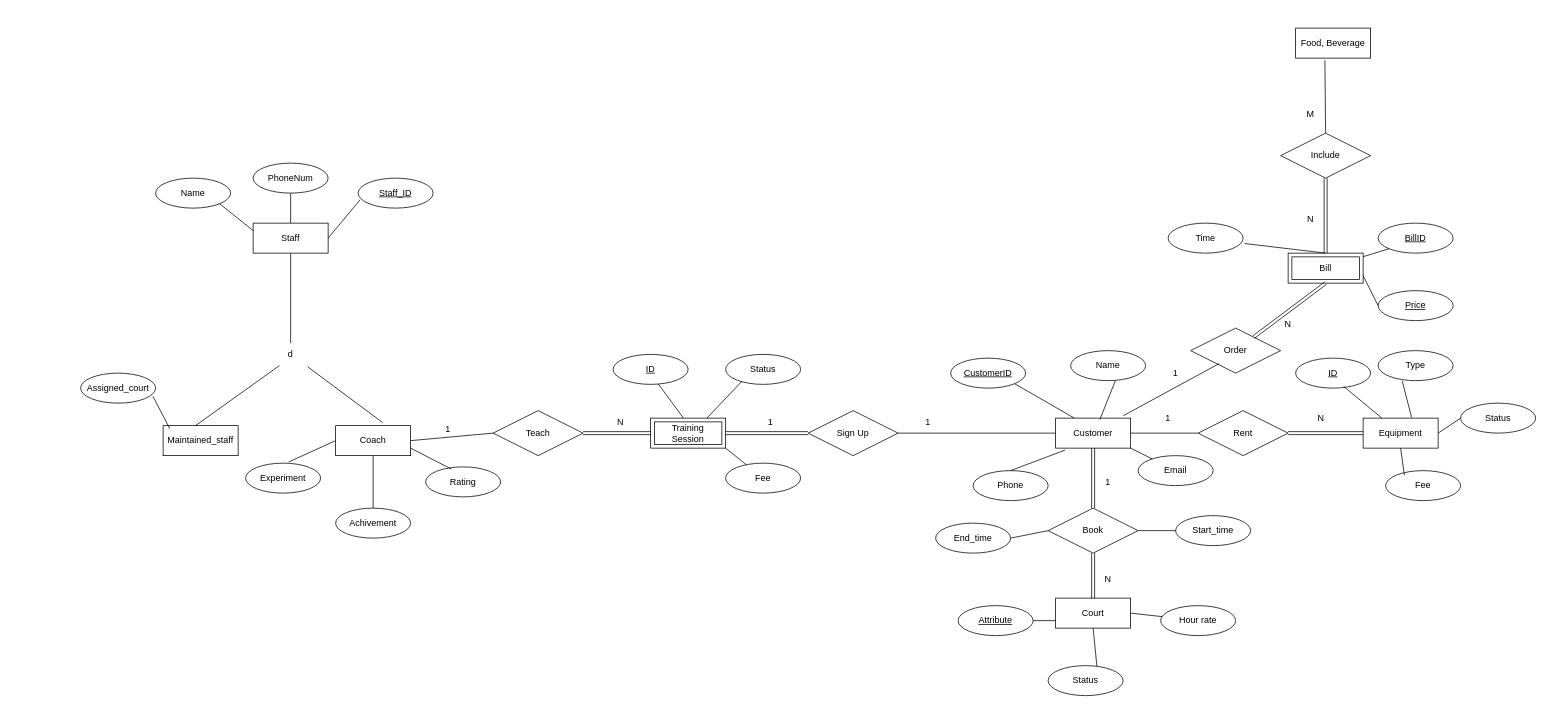
Earlier version of the draw.io diagram assignment.drawio (Sonhoangvo/csdl). Source tidied: cells renumbered, new cells numbered last; positions are measured from the earlier drawing's top-left corner, leaving out a move shared by most shapes. Both pictures are drawn from the tidied source at 75%, with x=0, y=0 at pixel (80, 28).
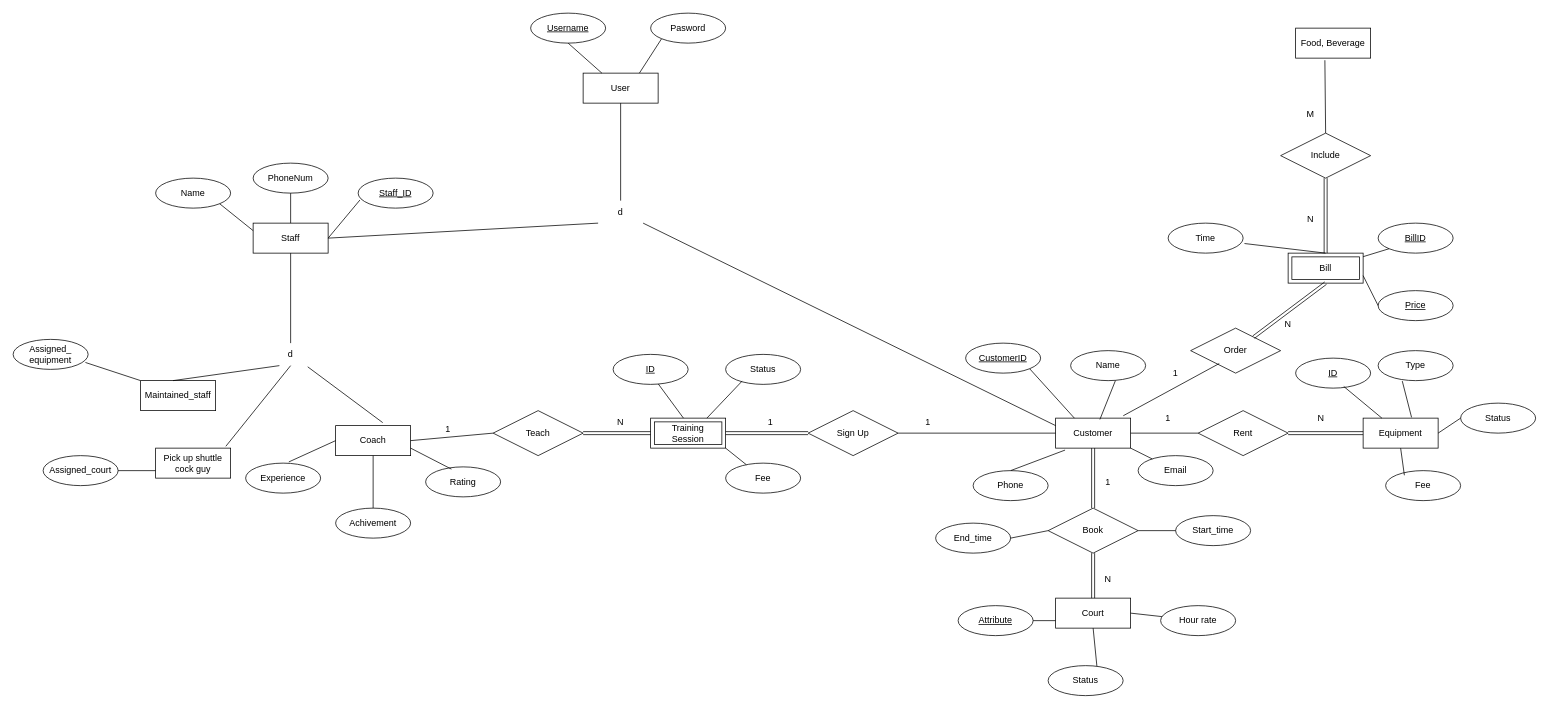
Above is the later version.

Unchanged cells that the change refers to:
```xml
<mxCell id="2" value="Customer" style="whiteSpace=wrap;html=1;align=center;" parent="1" vertex="1">
  <mxGeometry x="1300" y="520" width="100" height="40" as="geometry" />
</mxCell>
<mxCell id="71" value="Staff" style="whiteSpace=wrap;html=1;align=center;" parent="1" vertex="1">
  <mxGeometry x="230" y="260" width="100" height="40" as="geometry" />
</mxCell>
<mxCell id="72" value="d" style="text;html=1;align=center;verticalAlign=middle;whiteSpace=wrap;rounded=0;" parent="1" vertex="1">
  <mxGeometry x="250" y="420" width="60" height="30" as="geometry" />
</mxCell>
```

What changed in the source:
```diff
@@
     <mxCell id="3" value="CustomerID" style="ellipse;whiteSpace=wrap;html=1;align=center;fontStyle=4;" parent="1" vertex="1">
-      <mxGeometry x="1160" y="440" width="100" height="40" as="geometry" />
+      <mxGeometry x="1180" y="420" width="100" height="40" as="geometry" />
     </mxCell>
@@
     <mxCell id="74" value="Maintained_staff" style="whiteSpace=wrap;html=1;align=center;" parent="1" vertex="1">
-      <mxGeometry x="110" y="530" width="100" height="40" as="geometry" />
+      <mxGeometry x="80" y="470" width="100" height="40" as="geometry" />
     </mxCell>
@@
-    <mxCell id="84" value="Assigned_court" style="ellipse;whiteSpace=wrap;html=1;align=center;" parent="1" vertex="1">
-      <mxGeometry y="460" width="100" height="40" as="geometry" />
+    <mxCell id="84" value="Assigned_&lt;div&gt;equipment&lt;/div&gt;" style="ellipse;whiteSpace=wrap;html=1;align=center;" parent="1" vertex="1">
+      <mxGeometry x="-90" y="415" width="100" height="40" as="geometry" />
     </mxCell>
-    <mxCell id="85" style="endArrow=none;html=1;rounded=0;exitX=0.964;exitY=0.77;exitDx=0;exitDy=0;exitPerimeter=0;entryX=0.088;entryY=0.1;entryDx=0;entryDy=0;entryPerimeter=0;" parent="1" edge="1" source="84" target="74">
+    <mxCell id="85" style="endArrow=none;html=1;rounded=0;exitX=0.964;exitY=0.77;exitDx=0;exitDy=0;exitPerimeter=0;entryX=0;entryY=0;entryDx=0;entryDy=0;" parent="1" edge="1" source="84" target="74">
       <mxGeometry relative="1" as="geometry" />
     </mxCell>
-    <mxCell id="86" value="Experiment" style="ellipse;whiteSpace=wrap;html=1;align=center;" parent="1" vertex="1">
+    <mxCell id="86" value="Experience" style="ellipse;whiteSpace=wrap;html=1;align=center;" parent="1" vertex="1">
       <mxGeometry x="220" y="580" width="100" height="40" as="geometry" />
     </mxCell>
@@
+    <mxCell id="97" value="Pick up shuttle cock guy" style="whiteSpace=wrap;html=1;align=center;" parent="1" vertex="1">
+      <mxGeometry x="100" y="560" width="100" height="40" as="geometry" />
+    </mxCell>
+    <mxCell id="98" value="Assigned_court" style="ellipse;whiteSpace=wrap;html=1;align=center;" parent="1" vertex="1">
+      <mxGeometry x="-50" y="570" width="100" height="40" as="geometry" />
+    </mxCell>
+    <mxCell id="99" style="endArrow=none;html=1;rounded=0;exitX=1;exitY=0.5;exitDx=0;exitDy=0;entryX=0;entryY=0.75;entryDx=0;entryDy=0;" parent="1" edge="1" source="98" target="97">
+      <mxGeometry relative="1" as="geometry" />
+    </mxCell>
+    <mxCell id="100" style="endArrow=none;html=1;rounded=0;entryX=0.5;entryY=1;entryDx=0;entryDy=0;exitX=0.936;exitY=-0.06;exitDx=0;exitDy=0;exitPerimeter=0;" parent="1" edge="1" source="97" target="72">
+      <mxGeometry relative="1" as="geometry" />
+    </mxCell>
+    <mxCell id="101" value="User" style="whiteSpace=wrap;html=1;align=center;" parent="1" vertex="1">
+      <mxGeometry x="670" y="60" width="100" height="40" as="geometry" />
+    </mxCell>
+    <mxCell id="102" value="Username" style="ellipse;whiteSpace=wrap;html=1;align=center;fontStyle=4;" parent="1" vertex="1">
+      <mxGeometry x="600" y="-20" width="100" height="40" as="geometry" />
+    </mxCell>
+    <mxCell id="103" value="Pasword" style="ellipse;whiteSpace=wrap;html=1;align=center;" parent="1" vertex="1">
+      <mxGeometry x="760" y="-20" width="100" height="40" as="geometry" />
+    </mxCell>
+    <mxCell id="104" style="endArrow=none;html=1;rounded=0;exitX=0.5;exitY=1;exitDx=0;exitDy=0;entryX=0.25;entryY=0;entryDx=0;entryDy=0;" parent="1" edge="1" source="102" target="101">
+      <mxGeometry relative="1" as="geometry" />
+    </mxCell>
+    <mxCell id="105" style="endArrow=none;html=1;rounded=0;exitX=0;exitY=1;exitDx=0;exitDy=0;entryX=0.75;entryY=0;entryDx=0;entryDy=0;" parent="1" edge="1" source="103" target="101">
+      <mxGeometry relative="1" as="geometry" />
+    </mxCell>
+    <mxCell id="106" value="d" style="text;html=1;align=center;verticalAlign=middle;whiteSpace=wrap;rounded=0;" parent="1" vertex="1">
+      <mxGeometry x="690" y="230" width="60" height="30" as="geometry" />
+    </mxCell>
+    <mxCell id="107" style="endArrow=none;html=1;rounded=0;entryX=0.5;entryY=1;entryDx=0;entryDy=0;exitX=0.5;exitY=0;exitDx=0;exitDy=0;" parent="1" edge="1" source="106" target="101">
+      <mxGeometry relative="1" as="geometry" />
+    </mxCell>
+    <mxCell id="108" style="endArrow=none;html=1;rounded=0;exitX=1;exitY=0.5;exitDx=0;exitDy=0;entryX=0;entryY=1;entryDx=0;entryDy=0;" parent="1" edge="1" source="71" target="106">
+      <mxGeometry relative="1" as="geometry" />
+    </mxCell>
+    <mxCell id="109" style="endArrow=none;html=1;rounded=0;exitX=0;exitY=0.25;exitDx=0;exitDy=0;entryX=1;entryY=1;entryDx=0;entryDy=0;" parent="1" edge="1" source="2" target="106">
+      <mxGeometry relative="1" as="geometry" />
+    </mxCell>
```
